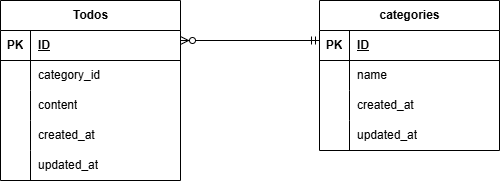
Earlier version of the draw.io export Todo.drawio.png (koko-chii/todo4). Source tidied: cells renumbered, new cells last; positions are measured from the earlier drawing's top-left corner, leaving out a move shared by most shapes. The source it was exported from:
```xml
<mxGraphModel>
  <root>
    <mxCell id="0" />
    <mxCell id="1" parent="0" />
    <mxCell id="2" value="categories" style="shape=table;startSize=30;rowLines=0;fontStyle=1;align=center;html=1;" parent="1" vertex="1">
      <mxGeometry x="319" width="180" height="150" as="geometry" />
    </mxCell>
    <mxCell id="3" style="shape=tableRow;horizontal=0;startSize=0;swimlaneHead=0;swimlaneBody=0;fillColor=none;top=0;left=0;right=0;bottom=1;" parent="2" vertex="1">
      <mxGeometry y="30" width="180" height="30" as="geometry" />
    </mxCell>
    <mxCell id="4" value="PK" style="shape=partialRectangle;fillColor=none;top=0;left=0;bottom=0;right=0;fontStyle=1;overflow=hidden;whiteSpace=wrap;html=1;" parent="3" vertex="1">
      <mxGeometry width="30" height="30" as="geometry" />
    </mxCell>
    <mxCell id="5" value="ID" style="shape=partialRectangle;fillColor=none;top=0;left=0;bottom=0;right=0;align=left;spacingLeft=6;fontStyle=5;overflow=hidden;whiteSpace=wrap;html=1;" parent="3" vertex="1">
      <mxGeometry x="30" width="150" height="30" as="geometry" />
    </mxCell>
    <mxCell id="6" style="shape=tableRow;horizontal=0;startSize=0;swimlaneHead=0;swimlaneBody=0;fillColor=none;top=0;left=0;right=0;bottom=0;" parent="2" vertex="1">
      <mxGeometry y="60" width="180" height="30" as="geometry" />
    </mxCell>
    <mxCell id="7" style="shape=partialRectangle;fillColor=none;top=0;left=0;bottom=0;right=0;overflow=hidden;whiteSpace=wrap;html=1;" parent="6" vertex="1">
      <mxGeometry width="30" height="30" as="geometry" />
    </mxCell>
    <mxCell id="8" value="name" style="shape=partialRectangle;fillColor=none;top=0;left=0;bottom=0;right=0;align=left;spacingLeft=6;overflow=hidden;whiteSpace=wrap;html=1;" parent="6" vertex="1">
      <mxGeometry x="30" width="150" height="30" as="geometry" />
    </mxCell>
    <mxCell id="9" style="shape=tableRow;horizontal=0;startSize=0;swimlaneHead=0;swimlaneBody=0;fillColor=none;top=0;left=0;right=0;bottom=0;" parent="2" vertex="1">
      <mxGeometry y="90" width="180" height="30" as="geometry" />
    </mxCell>
    <mxCell id="10" style="shape=partialRectangle;fillColor=none;top=0;left=0;bottom=0;right=0;overflow=hidden;whiteSpace=wrap;html=1;" parent="9" vertex="1">
      <mxGeometry width="30" height="30" as="geometry" />
    </mxCell>
    <mxCell id="11" value="created_at" style="shape=partialRectangle;fillColor=none;top=0;left=0;bottom=0;right=0;align=left;spacingLeft=6;overflow=hidden;whiteSpace=wrap;html=1;" parent="9" vertex="1">
      <mxGeometry x="30" width="150" height="30" as="geometry" />
    </mxCell>
    <mxCell id="12" style="shape=tableRow;horizontal=0;startSize=0;swimlaneHead=0;swimlaneBody=0;fillColor=none;top=0;left=0;right=0;bottom=0;" parent="2" vertex="1">
      <mxGeometry y="120" width="180" height="30" as="geometry" />
    </mxCell>
    <mxCell id="13" style="shape=partialRectangle;fillColor=none;top=0;left=0;bottom=0;right=0;overflow=hidden;whiteSpace=wrap;html=1;" parent="12" vertex="1">
      <mxGeometry width="30" height="30" as="geometry" />
    </mxCell>
    <mxCell id="14" value="updated_at" style="shape=partialRectangle;fillColor=none;top=0;left=0;bottom=0;right=0;align=left;spacingLeft=6;overflow=hidden;whiteSpace=wrap;html=1;" parent="12" vertex="1">
      <mxGeometry x="30" width="150" height="30" as="geometry" />
    </mxCell>
    <mxCell id="15" value="Todos" style="shape=table;startSize=30;rowLines=0;fontStyle=1;align=center;html=1;" parent="1" vertex="1">
      <mxGeometry width="180" height="180" as="geometry" />
    </mxCell>
    <mxCell id="16" style="shape=tableRow;horizontal=0;startSize=0;swimlaneHead=0;swimlaneBody=0;fillColor=none;top=0;left=0;right=0;bottom=1;" parent="15" vertex="1">
      <mxGeometry y="30" width="180" height="30" as="geometry" />
    </mxCell>
    <mxCell id="17" value="PK" style="shape=partialRectangle;fillColor=none;top=0;left=0;bottom=0;right=0;fontStyle=1;overflow=hidden;whiteSpace=wrap;html=1;" parent="16" vertex="1">
      <mxGeometry width="30" height="30" as="geometry" />
    </mxCell>
    <mxCell id="18" value="ID" style="shape=partialRectangle;fillColor=none;top=0;left=0;bottom=0;right=0;align=left;spacingLeft=6;fontStyle=5;overflow=hidden;whiteSpace=wrap;html=1;" parent="16" vertex="1">
      <mxGeometry x="30" width="150" height="30" as="geometry" />
    </mxCell>
    <mxCell id="19" style="shape=tableRow;horizontal=0;startSize=0;swimlaneHead=0;swimlaneBody=0;fillColor=none;top=0;left=0;right=0;bottom=0;" parent="15" vertex="1">
      <mxGeometry y="60" width="180" height="30" as="geometry" />
    </mxCell>
    <mxCell id="20" style="shape=partialRectangle;fillColor=none;top=0;left=0;bottom=0;right=0;overflow=hidden;whiteSpace=wrap;html=1;" parent="19" vertex="1">
      <mxGeometry width="30" height="30" as="geometry" />
    </mxCell>
    <mxCell id="21" value="category_id" style="shape=partialRectangle;fillColor=none;top=0;left=0;bottom=0;right=0;align=left;spacingLeft=6;overflow=hidden;whiteSpace=wrap;html=1;" parent="19" vertex="1">
      <mxGeometry x="30" width="150" height="30" as="geometry" />
    </mxCell>
    <mxCell id="22" style="shape=tableRow;horizontal=0;startSize=0;swimlaneHead=0;swimlaneBody=0;fillColor=none;top=0;left=0;right=0;bottom=0;" parent="15" vertex="1">
      <mxGeometry y="90" width="180" height="30" as="geometry" />
    </mxCell>
    <mxCell id="23" style="shape=partialRectangle;fillColor=none;top=0;left=0;bottom=0;right=0;overflow=hidden;whiteSpace=wrap;html=1;" parent="22" vertex="1">
      <mxGeometry width="30" height="30" as="geometry" />
    </mxCell>
    <mxCell id="24" value="content" style="shape=partialRectangle;fillColor=none;top=0;left=0;bottom=0;right=0;align=left;spacingLeft=6;overflow=hidden;whiteSpace=wrap;html=1;" parent="22" vertex="1">
      <mxGeometry x="30" width="150" height="30" as="geometry" />
    </mxCell>
    <mxCell id="25" style="shape=tableRow;horizontal=0;startSize=0;swimlaneHead=0;swimlaneBody=0;fillColor=none;top=0;left=0;right=0;bottom=0;" parent="15" vertex="1">
      <mxGeometry y="120" width="180" height="30" as="geometry" />
    </mxCell>
    <mxCell id="26" style="shape=partialRectangle;fillColor=none;top=0;left=0;bottom=0;right=0;overflow=hidden;whiteSpace=wrap;html=1;" parent="25" vertex="1">
      <mxGeometry width="30" height="30" as="geometry" />
    </mxCell>
    <mxCell id="27" value="created_at" style="shape=partialRectangle;fillColor=none;top=0;left=0;bottom=0;right=0;align=left;spacingLeft=6;overflow=hidden;whiteSpace=wrap;html=1;" parent="25" vertex="1">
      <mxGeometry x="30" width="150" height="30" as="geometry" />
    </mxCell>
    <mxCell id="28" style="shape=tableRow;horizontal=0;startSize=0;swimlaneHead=0;swimlaneBody=0;fillColor=none;top=0;left=0;right=0;bottom=0;" parent="15" vertex="1">
      <mxGeometry y="150" width="180" height="30" as="geometry" />
    </mxCell>
    <mxCell id="29" style="shape=partialRectangle;fillColor=none;top=0;left=0;bottom=0;right=0;overflow=hidden;whiteSpace=wrap;html=1;" parent="28" vertex="1">
      <mxGeometry width="30" height="30" as="geometry" />
    </mxCell>
    <mxCell id="30" value="updated_at" style="shape=partialRectangle;fillColor=none;top=0;left=0;bottom=0;right=0;align=left;spacingLeft=6;overflow=hidden;whiteSpace=wrap;html=1;" parent="28" vertex="1">
      <mxGeometry x="30" width="150" height="30" as="geometry" />
    </mxCell>
    <mxCell id="31" style="fontSize=12;html=1;endArrow=ERzeroToMany;startArrow=ERmandOne;rounded=1;" parent="1" edge="1">
      <mxGeometry relative="1" as="geometry">
        <mxPoint x="319" y="40" as="sourcePoint" />
        <mxPoint x="180" y="40" as="targetPoint" />
      </mxGeometry>
    </mxCell>
  </root>
</mxGraphModel>
```
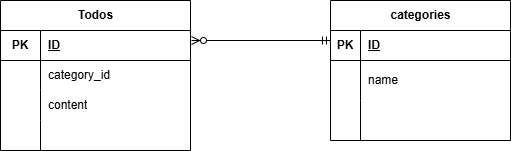
The same diagram one commit later.

What changed in the source:
```diff
@@ -3,7 +3,7 @@
     <mxCell id="0" />
     <mxCell id="1" parent="0" />
     <mxCell id="2" value="categories" style="shape=table;startSize=30;rowLines=0;fontStyle=1;align=center;html=1;" parent="1" vertex="1">
-      <mxGeometry x="319" width="180" height="150" as="geometry" />
+      <mxGeometry x="319" width="180" height="140" as="geometry" />
     </mxCell>
     <mxCell id="3" style="shape=tableRow;horizontal=0;startSize=0;swimlaneHead=0;swimlaneBody=0;fillColor=none;top=0;left=0;right=0;bottom=1;" parent="2" vertex="1">
       <mxGeometry y="30" width="180" height="30" as="geometry" />
@@ -14,81 +14,63 @@
     <mxCell id="5" value="ID" style="shape=partialRectangle;fillColor=none;top=0;left=0;bottom=0;right=0;align=left;spacingLeft=6;fontStyle=5;overflow=hidden;whiteSpace=wrap;html=1;" parent="3" vertex="1">
       <mxGeometry x="30" width="150" height="30" as="geometry" />
     </mxCell>
+    <mxCell id="32" style="shape=tableRow;horizontal=0;startSize=0;swimlaneHead=0;swimlaneBody=0;fillColor=none;top=0;left=0;right=0;bottom=0;" parent="2" vertex="1">
+      <mxGeometry y="60" width="180" height="40" as="geometry" />
+    </mxCell>
+    <mxCell id="33" style="shape=partialRectangle;fillColor=none;top=0;left=0;bottom=0;right=0;overflow=hidden;whiteSpace=wrap;html=1;" parent="32" vertex="1">
+      <mxGeometry width="30" height="40" as="geometry" />
+    </mxCell>
+    <mxCell id="34" value="name" style="shape=partialRectangle;fillColor=none;top=0;left=0;bottom=0;right=0;align=left;spacingLeft=6;overflow=hidden;whiteSpace=wrap;html=1;" parent="32" vertex="1">
+      <mxGeometry x="30" width="150" height="40" as="geometry" />
+    </mxCell>
     <mxCell id="6" style="shape=tableRow;horizontal=0;startSize=0;swimlaneHead=0;swimlaneBody=0;fillColor=none;top=0;left=0;right=0;bottom=0;" parent="2" vertex="1">
-      <mxGeometry y="60" width="180" height="30" as="geometry" />
+      <mxGeometry y="100" width="180" height="40" as="geometry" />
     </mxCell>
     <mxCell id="7" style="shape=partialRectangle;fillColor=none;top=0;left=0;bottom=0;right=0;overflow=hidden;whiteSpace=wrap;html=1;" parent="6" vertex="1">
-      <mxGeometry width="30" height="30" as="geometry" />
+      <mxGeometry width="30" height="40" as="geometry" />
     </mxCell>
-    <mxCell id="8" value="name" style="shape=partialRectangle;fillColor=none;top=0;left=0;bottom=0;right=0;align=left;spacingLeft=6;overflow=hidden;whiteSpace=wrap;html=1;" parent="6" vertex="1">
-      <mxGeometry x="30" width="150" height="30" as="geometry" />
+    <mxCell id="8" style="shape=partialRectangle;fillColor=none;top=0;left=0;bottom=0;right=0;align=left;spacingLeft=6;overflow=hidden;whiteSpace=wrap;html=1;" parent="6" vertex="1">
+      <mxGeometry x="30" width="150" height="40" as="geometry" />
     </mxCell>
-    <mxCell id="9" style="shape=tableRow;horizontal=0;startSize=0;swimlaneHead=0;swimlaneBody=0;fillColor=none;top=0;left=0;right=0;bottom=0;" parent="2" vertex="1">
-      <mxGeometry y="90" width="180" height="30" as="geometry" />
-    </mxCell>
-    <mxCell id="10" style="shape=partialRectangle;fillColor=none;top=0;left=0;bottom=0;right=0;overflow=hidden;whiteSpace=wrap;html=1;" parent="9" vertex="1">
-      <mxGeometry width="30" height="30" as="geometry" />
-    </mxCell>
-    <mxCell id="11" value="created_at" style="shape=partialRectangle;fillColor=none;top=0;left=0;bottom=0;right=0;align=left;spacingLeft=6;overflow=hidden;whiteSpace=wrap;html=1;" parent="9" vertex="1">
-      <mxGeometry x="30" width="150" height="30" as="geometry" />
-    </mxCell>
-    <mxCell id="12" style="shape=tableRow;horizontal=0;startSize=0;swimlaneHead=0;swimlaneBody=0;fillColor=none;top=0;left=0;right=0;bottom=0;" parent="2" vertex="1">
-      <mxGeometry y="120" width="180" height="30" as="geometry" />
-    </mxCell>
-    <mxCell id="13" style="shape=partialRectangle;fillColor=none;top=0;left=0;bottom=0;right=0;overflow=hidden;whiteSpace=wrap;html=1;" parent="12" vertex="1">
-      <mxGeometry width="30" height="30" as="geometry" />
-    </mxCell>
-    <mxCell id="14" value="updated_at" style="shape=partialRectangle;fillColor=none;top=0;left=0;bottom=0;right=0;align=left;spacingLeft=6;overflow=hidden;whiteSpace=wrap;html=1;" parent="12" vertex="1">
-      <mxGeometry x="30" width="150" height="30" as="geometry" />
-    </mxCell>
     <mxCell id="15" value="Todos" style="shape=table;startSize=30;rowLines=0;fontStyle=1;align=center;html=1;" parent="1" vertex="1">
-      <mxGeometry width="180" height="180" as="geometry" />
+      <mxGeometry x="-11" width="190" height="150" as="geometry" />
     </mxCell>
     <mxCell id="16" style="shape=tableRow;horizontal=0;startSize=0;swimlaneHead=0;swimlaneBody=0;fillColor=none;top=0;left=0;right=0;bottom=1;" parent="15" vertex="1">
-      <mxGeometry y="30" width="180" height="30" as="geometry" />
+      <mxGeometry y="30" width="190" height="30" as="geometry" />
     </mxCell>
     <mxCell id="17" value="PK" style="shape=partialRectangle;fillColor=none;top=0;left=0;bottom=0;right=0;fontStyle=1;overflow=hidden;whiteSpace=wrap;html=1;" parent="16" vertex="1">
-      <mxGeometry width="30" height="30" as="geometry" />
+      <mxGeometry width="40" height="30" as="geometry" />
     </mxCell>
     <mxCell id="18" value="ID" style="shape=partialRectangle;fillColor=none;top=0;left=0;bottom=0;right=0;align=left;spacingLeft=6;fontStyle=5;overflow=hidden;whiteSpace=wrap;html=1;" parent="16" vertex="1">
-      <mxGeometry x="30" width="150" height="30" as="geometry" />
+      <mxGeometry x="40" width="150" height="30" as="geometry" />
     </mxCell>
     <mxCell id="19" style="shape=tableRow;horizontal=0;startSize=0;swimlaneHead=0;swimlaneBody=0;fillColor=none;top=0;left=0;right=0;bottom=0;" parent="15" vertex="1">
-      <mxGeometry y="60" width="180" height="30" as="geometry" />
+      <mxGeometry y="60" width="190" height="30" as="geometry" />
     </mxCell>
     <mxCell id="20" style="shape=partialRectangle;fillColor=none;top=0;left=0;bottom=0;right=0;overflow=hidden;whiteSpace=wrap;html=1;" parent="19" vertex="1">
-      <mxGeometry width="30" height="30" as="geometry" />
+      <mxGeometry width="40" height="30" as="geometry" />
     </mxCell>
     <mxCell id="21" value="category_id" style="shape=partialRectangle;fillColor=none;top=0;left=0;bottom=0;right=0;align=left;spacingLeft=6;overflow=hidden;whiteSpace=wrap;html=1;" parent="19" vertex="1">
-      <mxGeometry x="30" width="150" height="30" as="geometry" />
+      <mxGeometry x="40" width="150" height="30" as="geometry" />
     </mxCell>
     <mxCell id="22" style="shape=tableRow;horizontal=0;startSize=0;swimlaneHead=0;swimlaneBody=0;fillColor=none;top=0;left=0;right=0;bottom=0;" parent="15" vertex="1">
-      <mxGeometry y="90" width="180" height="30" as="geometry" />
+      <mxGeometry y="90" width="190" height="30" as="geometry" />
     </mxCell>
     <mxCell id="23" style="shape=partialRectangle;fillColor=none;top=0;left=0;bottom=0;right=0;overflow=hidden;whiteSpace=wrap;html=1;" parent="22" vertex="1">
-      <mxGeometry width="30" height="30" as="geometry" />
+      <mxGeometry width="40" height="30" as="geometry" />
     </mxCell>
     <mxCell id="24" value="content" style="shape=partialRectangle;fillColor=none;top=0;left=0;bottom=0;right=0;align=left;spacingLeft=6;overflow=hidden;whiteSpace=wrap;html=1;" parent="22" vertex="1">
-      <mxGeometry x="30" width="150" height="30" as="geometry" />
+      <mxGeometry x="40" width="150" height="30" as="geometry" />
     </mxCell>
-    <mxCell id="25" style="shape=tableRow;horizontal=0;startSize=0;swimlaneHead=0;swimlaneBody=0;fillColor=none;top=0;left=0;right=0;bottom=0;" parent="15" vertex="1">
-      <mxGeometry y="120" width="180" height="30" as="geometry" />
-    </mxCell>
-    <mxCell id="26" style="shape=partialRectangle;fillColor=none;top=0;left=0;bottom=0;right=0;overflow=hidden;whiteSpace=wrap;html=1;" parent="25" vertex="1">
-      <mxGeometry width="30" height="30" as="geometry" />
-    </mxCell>
-    <mxCell id="27" value="created_at" style="shape=partialRectangle;fillColor=none;top=0;left=0;bottom=0;right=0;align=left;spacingLeft=6;overflow=hidden;whiteSpace=wrap;html=1;" parent="25" vertex="1">
-      <mxGeometry x="30" width="150" height="30" as="geometry" />
-    </mxCell>
-    <mxCell id="28" style="shape=tableRow;horizontal=0;startSize=0;swimlaneHead=0;swimlaneBody=0;fillColor=none;top=0;left=0;right=0;bottom=0;" parent="15" vertex="1">
-      <mxGeometry y="150" width="180" height="30" as="geometry" />
-    </mxCell>
-    <mxCell id="29" style="shape=partialRectangle;fillColor=none;top=0;left=0;bottom=0;right=0;overflow=hidden;whiteSpace=wrap;html=1;" parent="28" vertex="1">
-      <mxGeometry width="30" height="30" as="geometry" />
-    </mxCell>
-    <mxCell id="30" value="updated_at" style="shape=partialRectangle;fillColor=none;top=0;left=0;bottom=0;right=0;align=left;spacingLeft=6;overflow=hidden;whiteSpace=wrap;html=1;" parent="28" vertex="1">
-      <mxGeometry x="30" width="150" height="30" as="geometry" />
-    </mxCell>
+    <mxCell id="35" style="shape=tableRow;horizontal=0;startSize=0;swimlaneHead=0;swimlaneBody=0;fillColor=none;top=0;left=0;right=0;bottom=0;" parent="15" vertex="1">
+      <mxGeometry y="120" width="190" height="30" as="geometry" />
+    </mxCell>
+    <mxCell id="36" style="shape=partialRectangle;fillColor=none;top=0;left=0;bottom=0;right=0;overflow=hidden;whiteSpace=wrap;html=1;" parent="35" vertex="1">
+      <mxGeometry width="40" height="30" as="geometry" />
+    </mxCell>
+    <mxCell id="37" style="shape=partialRectangle;fillColor=none;top=0;left=0;bottom=0;right=0;align=left;spacingLeft=6;overflow=hidden;whiteSpace=wrap;html=1;" parent="35" vertex="1">
+      <mxGeometry x="40" width="150" height="30" as="geometry" />
+    </mxCell>
     <mxCell id="31" style="fontSize=12;html=1;endArrow=ERzeroToMany;startArrow=ERmandOne;rounded=1;" parent="1" edge="1">
       <mxGeometry relative="1" as="geometry">
         <mxPoint x="319" y="40" as="sourcePoint" />
```
